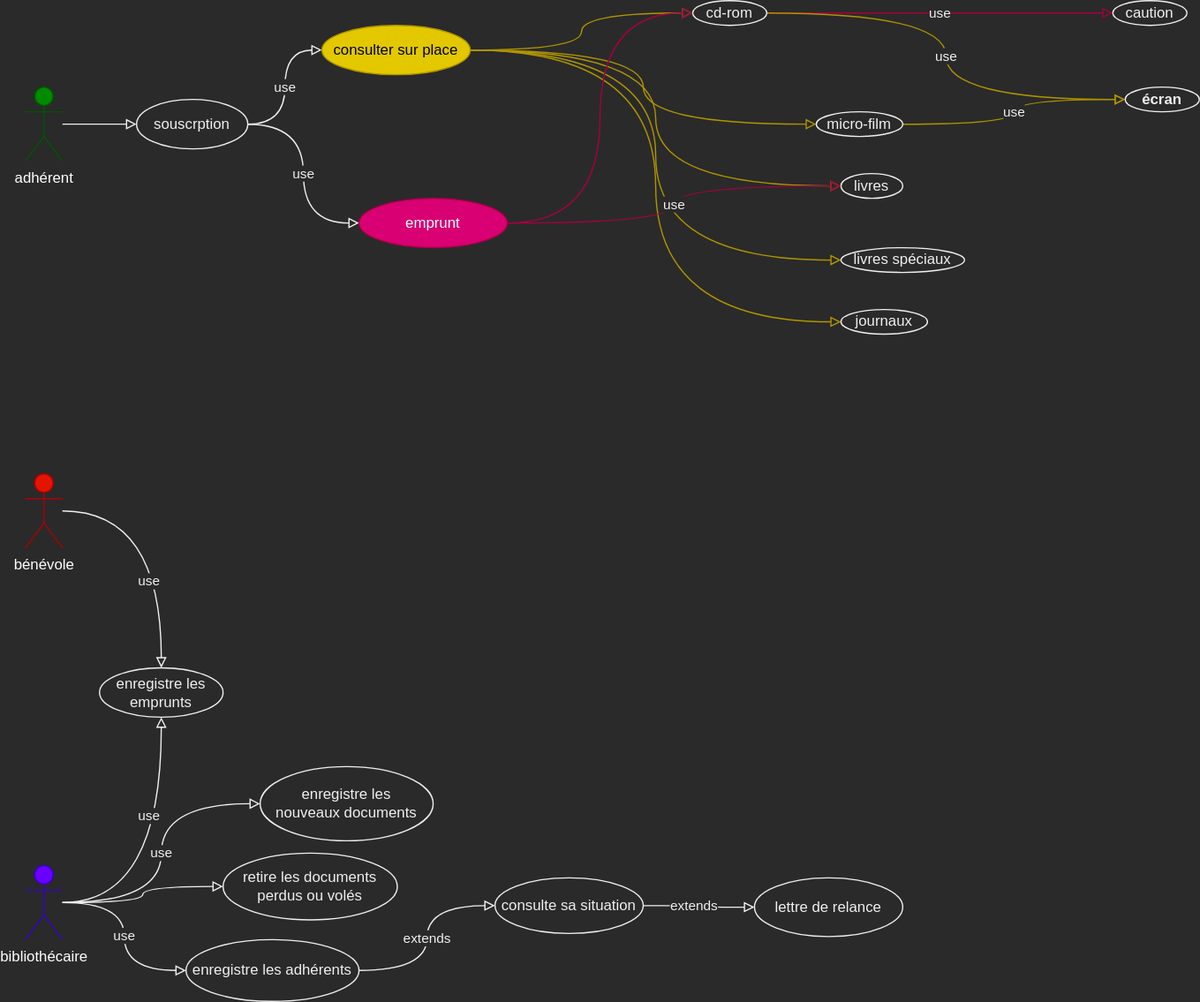
Above: developperDesComposantsDinterface/Maquetter une application/UML_partie_1/gestionDuneBibliotheque.svg in MiKL5/FormationCDA (draw.io), before the change. Source tidied: cells renumbered, new cells last; positions are measured from the earlier drawing's top-left corner, leaving out a move shared by most shapes.
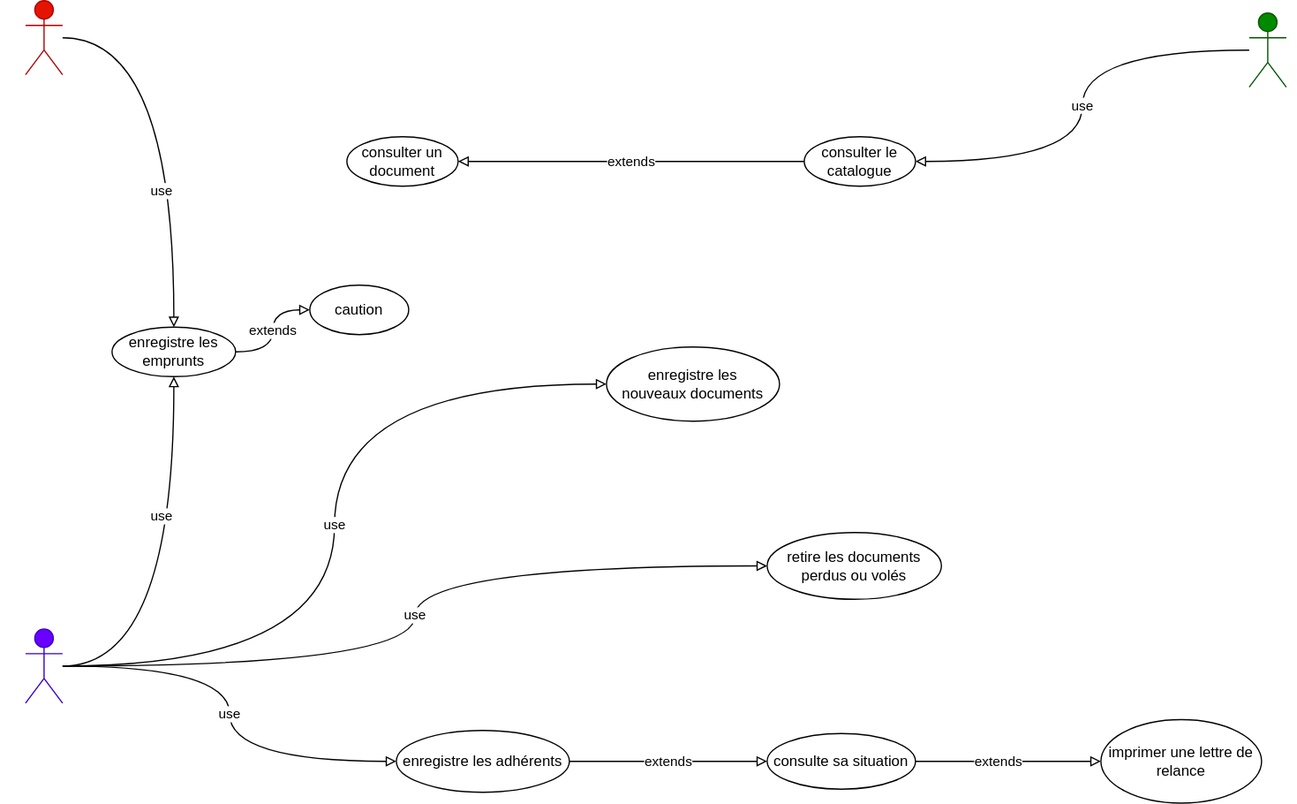
After the change.

Diff of the diagram source:
```diff
@@ -2,124 +2,75 @@
   <root>
     <mxCell id="0" />
     <mxCell id="1" parent="0" />
-    <mxCell id="2" style="edgeStyle=orthogonalEdgeStyle;jettySize=auto;html=1;fontFamily=Helvetica;endArrow=block;endFill=0;curved=1;" parent="1" edge="1" source="3">
-      <mxGeometry relative="1" as="geometry">
-        <mxPoint x="90" y="100" as="targetPoint" />
-      </mxGeometry>
-    </mxCell>
+    <mxCell id="41" value="use" style="edgeStyle=orthogonalEdgeStyle;rounded=0;jettySize=auto;html=1;entryX=1;entryY=0.5;entryDx=0;entryDy=0;elbow=vertical;curved=1;endArrow=block;endFill=0;" parent="1" edge="1" source="3" target="13">
+      <mxGeometry relative="1" as="geometry" />
+    </mxCell>
     <mxCell id="3" value="adhérent" style="shape=umlActor;verticalLabelPosition=bottom;verticalAlign=top;html=1;outlineConnect=0;fontFamily=Helvetica;labelBackgroundColor=none;fillColor=#008a00;strokeColor=#005700;fontColor=#ffffff;" parent="1" vertex="1">
-      <mxGeometry y="70" width="30" height="60" as="geometry" />
+      <mxGeometry x="990" y="160" width="30" height="60" as="geometry" />
     </mxCell>
     <mxCell id="4" value="use" style="edgeStyle=orthogonalEdgeStyle;curved=1;jettySize=auto;html=1;entryX=0.5;entryY=0;entryDx=0;entryDy=0;fontFamily=Helvetica;endArrow=block;endFill=0;" parent="1" edge="1" source="5" target="20">
       <mxGeometry x="0.32" y="-10" relative="1" as="geometry" />
     </mxCell>
     <mxCell id="5" value="bénévole" style="shape=umlActor;verticalLabelPosition=bottom;verticalAlign=top;html=1;outlineConnect=0;labelBackgroundColor=none;fontFamily=Helvetica;fillColor=#e51400;fontColor=#ffffff;strokeColor=#B20000;" parent="1" vertex="1">
-      <mxGeometry y="383" width="30" height="60" as="geometry" />
+      <mxGeometry y="150" width="30" height="60" as="geometry" />
     </mxCell>
     <mxCell id="6" value="use" style="edgeStyle=orthogonalEdgeStyle;curved=1;jettySize=auto;html=1;entryX=0.5;entryY=1;entryDx=0;entryDy=0;fontFamily=Helvetica;endArrow=block;endFill=0;" parent="1" edge="1" source="10" target="20">
-      <mxGeometry x="0.3" y="10" relative="1" as="geometry" />
+      <mxGeometry x="0.3" y="10" relative="1" as="geometry">
+        <Array as="points">
+          <mxPoint x="120" y="688" />
+        </Array>
+      </mxGeometry>
     </mxCell>
+    <mxCell id="8" value="use" style="edgeStyle=orthogonalEdgeStyle;curved=1;rounded=0;jettySize=auto;html=1;entryX=0;entryY=0.5;entryDx=0;entryDy=0;endArrow=block;endFill=0;elbow=vertical;" parent="1" edge="1" source="10" target="23">
+      <mxGeometry relative="1" as="geometry" />
+    </mxCell>
-    <mxCell id="7" value="use" style="edgeStyle=orthogonalEdgeStyle;curved=1;jettySize=auto;html=1;entryX=0;entryY=0.5;entryDx=0;entryDy=0;fontFamily=Helvetica;endArrow=block;endFill=0;" parent="1" edge="1" source="10" target="21">
+    <mxCell id="7" value="use" style="edgeStyle=orthogonalEdgeStyle;curved=1;rounded=0;jettySize=auto;html=1;entryX=0;entryY=0.5;entryDx=0;entryDy=0;endArrow=block;endFill=0;elbow=vertical;" parent="1" edge="1" source="10" target="21">
       <mxGeometry relative="1" as="geometry" />
     </mxCell>
-    <mxCell id="8" value="use" style="edgeStyle=orthogonalEdgeStyle;curved=1;jettySize=auto;html=1;entryX=0;entryY=0.5;entryDx=0;entryDy=0;fontFamily=Helvetica;endArrow=block;endFill=0;" parent="1" edge="1" source="10" target="23">
-      <mxGeometry relative="1" as="geometry" />
-    </mxCell>
-    <mxCell id="9" style="edgeStyle=orthogonalEdgeStyle;curved=1;jettySize=auto;html=1;entryX=0;entryY=0.5;entryDx=0;entryDy=0;fontFamily=Helvetica;endArrow=block;endFill=0;" parent="1" edge="1" source="10" target="26">
+    <mxCell id="9" value="use" style="edgeStyle=orthogonalEdgeStyle;curved=1;rounded=0;jettySize=auto;html=1;entryX=0;entryY=0.5;entryDx=0;entryDy=0;endArrow=block;endFill=0;elbow=vertical;" parent="1" edge="1" source="10" target="26">
       <mxGeometry relative="1" as="geometry" />
     </mxCell>
     <mxCell id="10" value="bibliothécaire" style="shape=umlActor;verticalLabelPosition=bottom;verticalAlign=top;html=1;outlineConnect=0;labelBackgroundColor=none;fontFamily=Helvetica;fillColor=#6a00ff;fontColor=#ffffff;strokeColor=#3700CC;" parent="1" vertex="1">
-      <mxGeometry y="700" width="30" height="60" as="geometry" />
+      <mxGeometry y="658" width="30" height="60" as="geometry" />
     </mxCell>
-    <mxCell id="11" value="use" style="edgeStyle=orthogonalEdgeStyle;curved=1;jettySize=auto;html=1;entryX=0;entryY=0.5;entryDx=0;entryDy=0;fontFamily=Helvetica;endArrow=block;endFill=0;" parent="1" edge="1" source="13" target="19">
-      <mxGeometry relative="1" as="geometry" />
-    </mxCell>
-    <mxCell id="12" value="use" style="edgeStyle=orthogonalEdgeStyle;curved=1;jettySize=auto;html=1;entryX=0;entryY=0.5;entryDx=0;entryDy=0;fontFamily=Helvetica;endArrow=block;endFill=0;" parent="1" edge="1" source="13" target="37">
-      <mxGeometry relative="1" as="geometry" />
-    </mxCell>
+    <mxCell id="42" value="extends" style="edgeStyle=orthogonalEdgeStyle;curved=1;rounded=0;jettySize=auto;html=1;endArrow=block;endFill=0;elbow=vertical;" parent="1" edge="1" source="13" target="44">
+      <mxGeometry relative="1" as="geometry" />
+    </mxCell>
-    <mxCell id="13" value="souscrption" style="ellipse;whiteSpace=wrap;html=1;labelBackgroundColor=none;fontFamily=Helvetica;" parent="1" vertex="1">
-      <mxGeometry x="90" y="80" width="90" height="40" as="geometry" />
+    <mxCell id="13" value="consulter le catalogue" style="ellipse;whiteSpace=wrap;html=1;labelBackgroundColor=none;fontFamily=Helvetica;" parent="1" vertex="1">
+      <mxGeometry x="630" y="260" width="90" height="40" as="geometry" />
     </mxCell>
-    <mxCell id="14" style="edgeStyle=orthogonalEdgeStyle;curved=1;jettySize=auto;html=1;fontFamily=Helvetica;endArrow=block;endFill=0;entryX=0;entryY=0.5;entryDx=0;entryDy=0;fillColor=#e3c800;strokeColor=#B09500;" parent="1" edge="1" source="19" target="30">
-      <mxGeometry relative="1" as="geometry" />
-    </mxCell>
-    <mxCell id="15" style="edgeStyle=orthogonalEdgeStyle;curved=1;jettySize=auto;html=1;entryX=0;entryY=0.5;entryDx=0;entryDy=0;fontFamily=Helvetica;endArrow=block;endFill=0;fillColor=#e3c800;strokeColor=#B09500;" parent="1" edge="1" source="19" target="34">
-      <mxGeometry relative="1" as="geometry" />
-    </mxCell>
-    <mxCell id="16" style="edgeStyle=orthogonalEdgeStyle;curved=1;rounded=0;jettySize=auto;html=1;entryX=0;entryY=0.5;entryDx=0;entryDy=0;endArrow=block;endFill=0;fillColor=#e3c800;strokeColor=#B09500;" parent="1" edge="1" source="19" target="33">
-      <mxGeometry relative="1" as="geometry" />
-    </mxCell>
-    <mxCell id="17" style="edgeStyle=orthogonalEdgeStyle;curved=1;rounded=0;jettySize=auto;html=1;entryX=0;entryY=0.5;entryDx=0;entryDy=0;endArrow=block;endFill=0;fillColor=#e3c800;strokeColor=#B09500;" parent="1" edge="1" source="19" target="40">
-      <mxGeometry relative="1" as="geometry" />
-    </mxCell>
-    <mxCell id="18" style="edgeStyle=orthogonalEdgeStyle;curved=1;rounded=0;jettySize=auto;html=1;entryX=0;entryY=0.5;entryDx=0;entryDy=0;endArrow=block;endFill=0;fillColor=#e3c800;strokeColor=#B09500;" parent="1" edge="1" source="19" target="32">
-      <mxGeometry relative="1" as="geometry" />
-    </mxCell>
-    <mxCell id="19" value="consulter sur place" style="ellipse;whiteSpace=wrap;html=1;labelBackgroundColor=none;fontFamily=Helvetica;fillColor=#e3c800;fontColor=#000000;strokeColor=#B09500;" parent="1" vertex="1">
-      <mxGeometry x="240" y="20" width="120" height="40" as="geometry" />
-    </mxCell>
+    <mxCell id="43" value="extends" style="edgeStyle=orthogonalEdgeStyle;curved=1;rounded=0;jettySize=auto;html=1;endArrow=block;endFill=0;elbow=vertical;" parent="1" edge="1" source="20" target="38">
+      <mxGeometry relative="1" as="geometry" />
+    </mxCell>
     <mxCell id="20" value="enregistre les emprunts" style="ellipse;whiteSpace=wrap;html=1;labelBackgroundColor=none;fontFamily=Helvetica;" parent="1" vertex="1">
-      <mxGeometry x="60" y="540" width="100" height="40" as="geometry" />
+      <mxGeometry x="70" y="414" width="100" height="40" as="geometry" />
     </mxCell>
     <mxCell id="21" value="enregistre les&lt;br&gt;nouveaux documents" style="ellipse;whiteSpace=wrap;html=1;labelBackgroundColor=none;fontFamily=Helvetica;" parent="1" vertex="1">
-      <mxGeometry x="190" y="620" width="140" height="60" as="geometry" />
+      <mxGeometry x="470" y="430" width="140" height="60" as="geometry" />
     </mxCell>
     <mxCell id="22" value="extends" style="edgeStyle=orthogonalEdgeStyle;curved=1;jettySize=auto;html=1;entryX=0;entryY=0.5;entryDx=0;entryDy=0;fontFamily=Helvetica;endArrow=block;endFill=0;" parent="1" edge="1" source="23" target="25">
       <mxGeometry relative="1" as="geometry" />
     </mxCell>
     <mxCell id="23" value="enregistre les adhérents" style="ellipse;whiteSpace=wrap;html=1;labelBackgroundColor=none;fontFamily=Helvetica;" parent="1" vertex="1">
-      <mxGeometry x="130" y="760" width="140" height="50" as="geometry" />
+      <mxGeometry x="300" y="740" width="140" height="50" as="geometry" />
     </mxCell>
     <mxCell id="24" value="extends" style="edgeStyle=orthogonalEdgeStyle;curved=1;jettySize=auto;html=1;entryX=0;entryY=0.5;entryDx=0;entryDy=0;fontFamily=Helvetica;endArrow=block;endFill=0;" parent="1" edge="1" source="25" target="27">
       <mxGeometry x="-0.11" relative="1" as="geometry" />
     </mxCell>
     <mxCell id="25" value="consulte sa situation" style="ellipse;whiteSpace=wrap;html=1;labelBackgroundColor=none;fontFamily=Helvetica;" parent="1" vertex="1">
-      <mxGeometry x="380" y="710" width="120" height="45" as="geometry" />
+      <mxGeometry x="600" y="742.5" width="120" height="45" as="geometry" />
     </mxCell>
     <mxCell id="26" value="retire les documents perdus ou volés" style="ellipse;whiteSpace=wrap;html=1;labelBackgroundColor=none;fontFamily=Helvetica;" parent="1" vertex="1">
-      <mxGeometry x="160" y="690" width="141" height="54" as="geometry" />
+      <mxGeometry x="600" y="580" width="141" height="54" as="geometry" />
     </mxCell>
-    <mxCell id="27" value="lettre de relance" style="ellipse;whiteSpace=wrap;html=1;labelBackgroundColor=none;fontFamily=Helvetica;" parent="1" vertex="1">
-      <mxGeometry x="590" y="710" width="120" height="47.5" as="geometry" />
+    <mxCell id="27" value="imprimer une lettre de relance" style="ellipse;whiteSpace=wrap;html=1;labelBackgroundColor=none;fontFamily=Helvetica;" parent="1" vertex="1">
+      <mxGeometry x="870" y="731.2" width="130" height="67.5" as="geometry" />
     </mxCell>
-    <mxCell id="28" value="use" style="edgeStyle=orthogonalEdgeStyle;curved=1;rounded=0;jettySize=auto;html=1;entryX=0;entryY=0.5;entryDx=0;entryDy=0;endArrow=block;endFill=0;fillColor=#d80073;strokeColor=#A50040;" parent="1" edge="1" source="30" target="38">
-      <mxGeometry relative="1" as="geometry" />
-    </mxCell>
-    <mxCell id="29" value="use" style="edgeStyle=orthogonalEdgeStyle;curved=1;rounded=0;jettySize=auto;html=1;entryX=0;entryY=0.5;entryDx=0;entryDy=0;endArrow=block;endFill=0;fillColor=#e3c800;strokeColor=#B09500;" parent="1" edge="1" source="30" target="39">
-      <mxGeometry relative="1" as="geometry" />
-    </mxCell>
-    <mxCell id="30" value="cd-rom" style="ellipse;whiteSpace=wrap;html=1;labelBackgroundColor=none;fontFamily=Helvetica;" parent="1" vertex="1">
-      <mxGeometry x="540" width="60" height="20" as="geometry" />
-    </mxCell>
-    <mxCell id="31" value="use" style="edgeStyle=orthogonalEdgeStyle;curved=1;rounded=0;jettySize=auto;html=1;entryX=0;entryY=0.5;entryDx=0;entryDy=0;endArrow=block;endFill=0;fillColor=#e3c800;strokeColor=#B09500;" parent="1" edge="1" source="32" target="39">
-      <mxGeometry relative="1" as="geometry" />
-    </mxCell>
-    <mxCell id="32" value="micro-film" style="ellipse;whiteSpace=wrap;html=1;labelBackgroundColor=none;fontFamily=Helvetica;" parent="1" vertex="1">
-      <mxGeometry x="640" y="90" width="70" height="20" as="geometry" />
-    </mxCell>
-    <mxCell id="33" value="livres spéciaux" style="ellipse;whiteSpace=wrap;html=1;labelBackgroundColor=none;fontFamily=Helvetica;" parent="1" vertex="1">
-      <mxGeometry x="660" y="200" width="100" height="20" as="geometry" />
-    </mxCell>
-    <mxCell id="34" value="livres" style="ellipse;whiteSpace=wrap;html=1;labelBackgroundColor=none;fontFamily=Helvetica;" parent="1" vertex="1">
-      <mxGeometry x="660" y="140" width="50" height="20" as="geometry" />
-    </mxCell>
-    <mxCell id="35" value="use" style="edgeStyle=orthogonalEdgeStyle;curved=1;rounded=0;jettySize=auto;html=1;entryX=0;entryY=0.5;entryDx=0;entryDy=0;endArrow=block;endFill=0;fillColor=#d80073;strokeColor=#A50040;" parent="1" edge="1" source="37" target="34">
-      <mxGeometry relative="1" as="geometry" />
-    </mxCell>
-    <mxCell id="36" style="edgeStyle=orthogonalEdgeStyle;curved=1;rounded=0;jettySize=auto;html=1;entryX=0;entryY=0.5;entryDx=0;entryDy=0;endArrow=block;endFill=0;fillColor=#d80073;strokeColor=#A50040;" parent="1" edge="1" source="37" target="30">
-      <mxGeometry relative="1" as="geometry" />
-    </mxCell>
-    <mxCell id="37" value="emprunt" style="ellipse;whiteSpace=wrap;html=1;labelBackgroundColor=none;fontFamily=Helvetica;fillColor=#d80073;fontColor=#ffffff;strokeColor=#A50040;" parent="1" vertex="1">
-      <mxGeometry x="270" y="160" width="120" height="40" as="geometry" />
-    </mxCell>
     <mxCell id="38" value="caution" style="ellipse;whiteSpace=wrap;html=1;labelBackgroundColor=none;fontFamily=Helvetica;" parent="1" vertex="1">
-      <mxGeometry x="880" width="60" height="20" as="geometry" />
+      <mxGeometry x="230" y="380" width="80" height="40" as="geometry" />
     </mxCell>
-    <mxCell id="39" value="écran" style="ellipse;whiteSpace=wrap;html=1;labelBackgroundColor=none;fontFamily=Helvetica;fontStyle=1;" parent="1" vertex="1">
-      <mxGeometry x="890" y="70" width="60" height="20" as="geometry" />
-    </mxCell>
-    <mxCell id="40" value="journaux" style="ellipse;whiteSpace=wrap;html=1;labelBackgroundColor=none;fontFamily=Helvetica;" parent="1" vertex="1">
-      <mxGeometry x="660" y="250" width="70" height="20" as="geometry" />
-    </mxCell>
+    <mxCell id="44" value="consulter un document" style="ellipse;whiteSpace=wrap;html=1;labelBackgroundColor=none;fontFamily=Helvetica;" parent="1" vertex="1">
+      <mxGeometry x="260" y="260" width="90" height="40" as="geometry" />
+    </mxCell>
   </root>
 </mxGraphModel>
```
